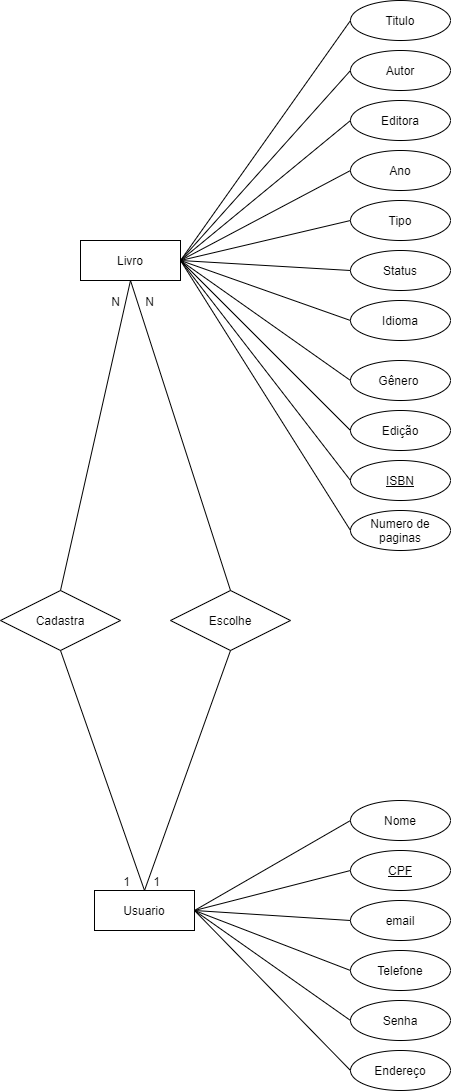
Earlier version of the draw.io export Artefatos/DER WEBOOK.png (RafaelDuarteP/webook). Source tidied: cells renumbered, new cells last; positions are measured from the earlier drawing's top-left corner, leaving out a move shared by most shapes.
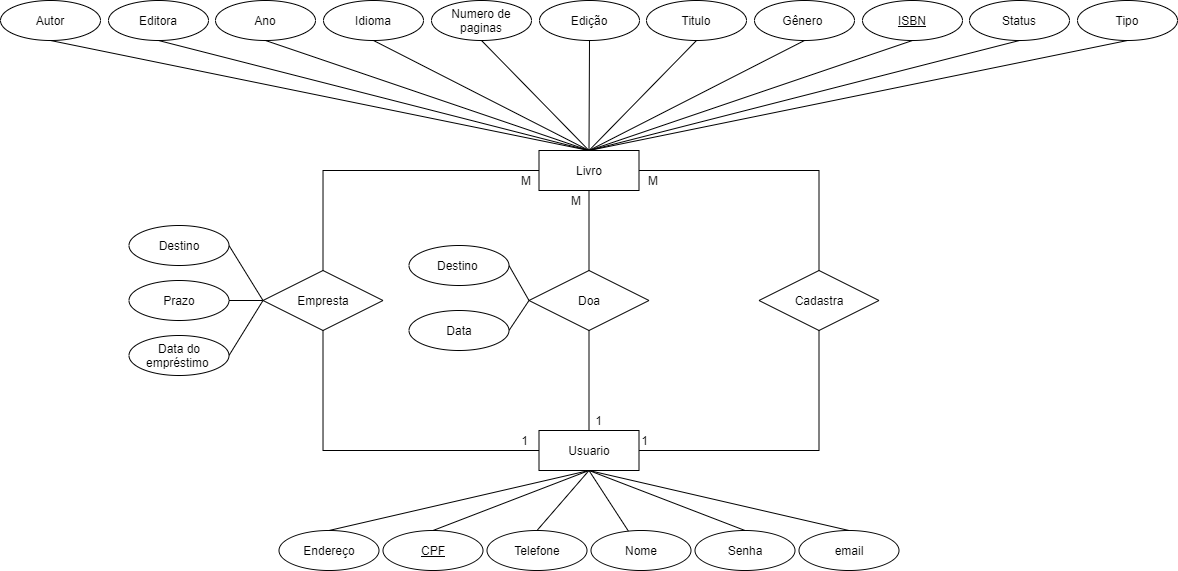
After the commit.

Diff of the diagram source:
```diff
@@ -3,152 +3,227 @@
     <mxCell id="0" />
     <mxCell id="1" parent="0" />
     <mxCell id="2" value="Livro" style="whiteSpace=wrap;html=1;align=center;" parent="1" vertex="1">
-      <mxGeometry x="80" y="240" width="100" height="40" as="geometry" />
+      <mxGeometry x="-1271.5" y="160" width="100" height="40" as="geometry" />
     </mxCell>
     <mxCell id="3" value="Usuario" style="whiteSpace=wrap;html=1;align=center;" parent="1" vertex="1">
-      <mxGeometry x="94" y="890" width="100" height="40" as="geometry" />
+      <mxGeometry x="-1271.5" y="440" width="100" height="40" as="geometry" />
     </mxCell>
     <mxCell id="4" value="Titulo" style="ellipse;whiteSpace=wrap;html=1;align=center;" parent="1" vertex="1">
-      <mxGeometry x="350" width="100" height="40" as="geometry" />
+      <mxGeometry x="-1164" y="10" width="100" height="40" as="geometry" />
     </mxCell>
     <mxCell id="5" value="Autor" style="ellipse;whiteSpace=wrap;html=1;align=center;" parent="1" vertex="1">
-      <mxGeometry x="350" y="50" width="100" height="40" as="geometry" />
+      <mxGeometry x="-1810" y="10" width="100" height="40" as="geometry" />
     </mxCell>
     <mxCell id="6" value="Editora" style="ellipse;whiteSpace=wrap;html=1;align=center;" parent="1" vertex="1">
-      <mxGeometry x="350" y="100" width="100" height="40" as="geometry" />
+      <mxGeometry x="-1702" y="10" width="100" height="40" as="geometry" />
     </mxCell>
     <mxCell id="7" value="Ano" style="ellipse;whiteSpace=wrap;html=1;align=center;" parent="1" vertex="1">
-      <mxGeometry x="350" y="150" width="100" height="40" as="geometry" />
+      <mxGeometry x="-1595" y="10" width="100" height="40" as="geometry" />
     </mxCell>
     <mxCell id="8" value="Tipo" style="ellipse;whiteSpace=wrap;html=1;align=center;" parent="1" vertex="1">
-      <mxGeometry x="350" y="200" width="100" height="40" as="geometry" />
+      <mxGeometry x="-733" y="10" width="100" height="40" as="geometry" />
     </mxCell>
-    <mxCell id="9" style="endArrow=none;html=1;exitX=1;exitY=0.5;exitDx=0;exitDy=0;entryX=0;entryY=0.5;entryDx=0;entryDy=0;" parent="1" edge="1" source="2" target="8">
+    <mxCell id="9" style="endArrow=none;html=1;entryX=0.5;entryY=1;entryDx=0;entryDy=0;exitX=0.5;exitY=0;exitDx=0;exitDy=0;" parent="1" edge="1" source="2" target="8">
       <mxGeometry relative="1" as="geometry" />
     </mxCell>
-    <mxCell id="10" style="endArrow=none;html=1;exitX=1;exitY=0.5;exitDx=0;exitDy=0;entryX=0;entryY=0.5;entryDx=0;entryDy=0;" parent="1" edge="1" source="2" target="7">
+    <mxCell id="10" style="endArrow=none;html=1;exitX=0.5;exitY=0;exitDx=0;exitDy=0;entryX=0.5;entryY=1;entryDx=0;entryDy=0;" parent="1" edge="1" source="2" target="7">
       <mxGeometry relative="1" as="geometry" />
     </mxCell>
-    <mxCell id="11" style="endArrow=none;html=1;exitX=1;exitY=0.5;exitDx=0;exitDy=0;entryX=0;entryY=0.5;entryDx=0;entryDy=0;" parent="1" edge="1" source="2" target="6">
+    <mxCell id="11" style="endArrow=none;html=1;exitX=0.5;exitY=0;exitDx=0;exitDy=0;entryX=0.5;entryY=1;entryDx=0;entryDy=0;" parent="1" edge="1" source="2" target="6">
       <mxGeometry relative="1" as="geometry" />
     </mxCell>
-    <mxCell id="12" style="endArrow=none;html=1;exitX=1;exitY=0.5;exitDx=0;exitDy=0;entryX=0;entryY=0.5;entryDx=0;entryDy=0;" parent="1" edge="1" source="2" target="5">
-      <mxGeometry relative="1" as="geometry" />
+    <mxCell id="12" style="endArrow=none;html=1;entryX=0.5;entryY=1;entryDx=0;entryDy=0;" parent="1" edge="1" target="5">
+      <mxGeometry relative="1" as="geometry">
+        <mxPoint x="-1221.5" y="160" as="sourcePoint" />
+      </mxGeometry>
     </mxCell>
-    <mxCell id="13" style="endArrow=none;html=1;exitX=1;exitY=0.5;exitDx=0;exitDy=0;entryX=0;entryY=0.5;entryDx=0;entryDy=0;" parent="1" edge="1" source="2" target="4">
+    <mxCell id="13" style="endArrow=none;html=1;exitX=0.5;exitY=0;exitDx=0;exitDy=0;entryX=0.5;entryY=1;entryDx=0;entryDy=0;" parent="1" edge="1" source="2" target="4">
       <mxGeometry relative="1" as="geometry" />
     </mxCell>
     <mxCell id="14" value="Status" style="ellipse;whiteSpace=wrap;html=1;align=center;" parent="1" vertex="1">
-      <mxGeometry x="350" y="250" width="100" height="40" as="geometry" />
+      <mxGeometry x="-841" y="10" width="100" height="40" as="geometry" />
     </mxCell>
-    <mxCell id="15" style="endArrow=none;html=1;entryX=0;entryY=0.5;entryDx=0;entryDy=0;exitX=1;exitY=0.5;exitDx=0;exitDy=0;" parent="1" edge="1" source="2" target="14">
+    <mxCell id="15" style="endArrow=none;html=1;entryX=0.5;entryY=1;entryDx=0;entryDy=0;exitX=0.5;exitY=0;exitDx=0;exitDy=0;" parent="1" edge="1" source="2" target="14">
       <mxGeometry relative="1" as="geometry" />
     </mxCell>
-    <mxCell id="16" value="Nome" style="ellipse;whiteSpace=wrap;html=1;align=center;" parent="1" vertex="1">
-      <mxGeometry x="350" y="800" width="100" height="40" as="geometry" />
+    <mxCell id="16" value="Nome" style="ellipse;whiteSpace=wrap;html=1;align=center;flipH=1;flipV=1;" parent="1" vertex="1">
+      <mxGeometry x="-1219.5" y="540" width="100" height="40" as="geometry" />
     </mxCell>
-    <mxCell id="17" value="Endereço" style="ellipse;whiteSpace=wrap;html=1;align=center;" parent="1" vertex="1">
-      <mxGeometry x="350" y="1050" width="100" height="40" as="geometry" />
+    <mxCell id="17" value="Endereço" style="ellipse;whiteSpace=wrap;html=1;align=center;flipH=1;flipV=1;" parent="1" vertex="1">
+      <mxGeometry x="-1531.5" y="540" width="100" height="40" as="geometry" />
     </mxCell>
-    <mxCell id="18" value="CPF" style="ellipse;whiteSpace=wrap;html=1;align=center;fontStyle=4;" parent="1" vertex="1">
-      <mxGeometry x="350" y="850" width="100" height="40" as="geometry" />
+    <mxCell id="18" value="CPF" style="ellipse;whiteSpace=wrap;html=1;align=center;fontStyle=4;flipH=1;flipV=1;" parent="1" vertex="1">
+      <mxGeometry x="-1427.5" y="540" width="100" height="40" as="geometry" />
     </mxCell>
-    <mxCell id="19" value="Telefone" style="ellipse;whiteSpace=wrap;html=1;align=center;" parent="1" vertex="1">
-      <mxGeometry x="350" y="950" width="100" height="40" as="geometry" />
+    <mxCell id="19" value="Telefone" style="ellipse;whiteSpace=wrap;html=1;align=center;flipH=1;flipV=1;" parent="1" vertex="1">
+      <mxGeometry x="-1323.5" y="540" width="100" height="40" as="geometry" />
     </mxCell>
-    <mxCell id="20" value="Senha" style="ellipse;whiteSpace=wrap;html=1;align=center;" parent="1" vertex="1">
-      <mxGeometry x="350" y="1000" width="100" height="40" as="geometry" />
+    <mxCell id="20" value="Senha" style="ellipse;whiteSpace=wrap;html=1;align=center;flipH=1;flipV=1;" parent="1" vertex="1">
+      <mxGeometry x="-1115.5" y="540" width="100" height="40" as="geometry" />
     </mxCell>
-    <mxCell id="21" style="endArrow=none;html=1;entryX=0;entryY=0.5;entryDx=0;entryDy=0;exitX=1;exitY=0.5;exitDx=0;exitDy=0;" parent="1" edge="1" source="3" target="20">
+    <mxCell id="21" style="endArrow=none;html=1;entryX=0.5;entryY=0;entryDx=0;entryDy=0;exitX=0.5;exitY=1;exitDx=0;exitDy=0;" parent="1" edge="1" source="3" target="20">
       <mxGeometry relative="1" as="geometry" />
     </mxCell>
-    <mxCell id="22" style="endArrow=none;html=1;entryX=0;entryY=0.5;entryDx=0;entryDy=0;exitX=1;exitY=0.5;exitDx=0;exitDy=0;" parent="1" edge="1" source="3" target="16">
+    <mxCell id="22" style="endArrow=none;html=1;exitX=0.5;exitY=1;exitDx=0;exitDy=0;" parent="1" edge="1" source="3" target="16">
       <mxGeometry relative="1" as="geometry" />
     </mxCell>
-    <mxCell id="23" style="endArrow=none;html=1;entryX=0;entryY=0.5;entryDx=0;entryDy=0;exitX=1;exitY=0.5;exitDx=0;exitDy=0;" parent="1" edge="1" source="3" target="17">
+    <mxCell id="23" style="endArrow=none;html=1;entryX=0.5;entryY=0;entryDx=0;entryDy=0;exitX=0.5;exitY=1;exitDx=0;exitDy=0;" parent="1" edge="1" source="3" target="17">
       <mxGeometry relative="1" as="geometry" />
     </mxCell>
-    <mxCell id="24" style="endArrow=none;html=1;entryX=0;entryY=0.5;entryDx=0;entryDy=0;exitX=1;exitY=0.5;exitDx=0;exitDy=0;" parent="1" edge="1" source="3" target="19">
+    <mxCell id="24" style="endArrow=none;html=1;entryX=0.5;entryY=0;entryDx=0;entryDy=0;exitX=0.5;exitY=1;exitDx=0;exitDy=0;" parent="1" edge="1" source="3" target="19">
       <mxGeometry relative="1" as="geometry" />
     </mxCell>
-    <mxCell id="25" style="endArrow=none;html=1;entryX=0;entryY=0.5;entryDx=0;entryDy=0;exitX=1;exitY=0.5;exitDx=0;exitDy=0;" parent="1" edge="1" source="3" target="18">
+    <mxCell id="25" style="endArrow=none;html=1;entryX=0.5;entryY=0;entryDx=0;entryDy=0;exitX=0.5;exitY=1;exitDx=0;exitDy=0;" parent="1" edge="1" source="3" target="18">
       <mxGeometry relative="1" as="geometry" />
     </mxCell>
     <mxCell id="26" value="Idioma&lt;br&gt;" style="ellipse;whiteSpace=wrap;html=1;align=center;" parent="1" vertex="1">
-      <mxGeometry x="350" y="300" width="100" height="40" as="geometry" />
+      <mxGeometry x="-1487" y="10" width="100" height="40" as="geometry" />
     </mxCell>
     <mxCell id="27" value="Gênero&amp;nbsp;" style="ellipse;whiteSpace=wrap;html=1;align=center;" parent="1" vertex="1">
-      <mxGeometry x="350" y="360" width="100" height="40" as="geometry" />
+      <mxGeometry x="-1056" y="10" width="100" height="40" as="geometry" />
     </mxCell>
     <mxCell id="28" value="Edição" style="ellipse;whiteSpace=wrap;html=1;align=center;" parent="1" vertex="1">
-      <mxGeometry x="350" y="410" width="100" height="40" as="geometry" />
+      <mxGeometry x="-1271" y="10" width="100" height="40" as="geometry" />
     </mxCell>
     <mxCell id="29" value="ISBN" style="ellipse;whiteSpace=wrap;html=1;align=center;fontStyle=4;" parent="1" vertex="1">
-      <mxGeometry x="350" y="460" width="100" height="40" as="geometry" />
+      <mxGeometry x="-948" y="10" width="100" height="40" as="geometry" />
     </mxCell>
     <mxCell id="30" value="Numero de paginas" style="ellipse;whiteSpace=wrap;html=1;align=center;" parent="1" vertex="1">
-      <mxGeometry x="350" y="510" width="100" height="40" as="geometry" />
+      <mxGeometry x="-1379" y="10" width="100" height="40" as="geometry" />
     </mxCell>
-    <mxCell id="31" style="endArrow=none;html=1;entryX=0;entryY=0.5;entryDx=0;entryDy=0;exitX=1;exitY=0.5;exitDx=0;exitDy=0;" parent="1" edge="1" source="2" target="30">
-      <mxGeometry relative="1" as="geometry" />
+    <mxCell id="31" style="endArrow=none;html=1;entryX=0.5;entryY=1;entryDx=0;entryDy=0;" parent="1" edge="1" target="30">
+      <mxGeometry relative="1" as="geometry">
+        <mxPoint x="-1221.5" y="160" as="sourcePoint" />
+      </mxGeometry>
     </mxCell>
-    <mxCell id="32" style="endArrow=none;html=1;exitX=1;exitY=0.5;exitDx=0;exitDy=0;entryX=0;entryY=0.5;entryDx=0;entryDy=0;" parent="1" edge="1" source="2" target="29">
-      <mxGeometry relative="1" as="geometry" />
+    <mxCell id="32" style="endArrow=none;html=1;entryX=0.5;entryY=1;entryDx=0;entryDy=0;" parent="1" edge="1" target="29">
+      <mxGeometry relative="1" as="geometry">
+        <mxPoint x="-1221.5" y="160" as="sourcePoint" />
+      </mxGeometry>
     </mxCell>
-    <mxCell id="33" style="endArrow=none;html=1;entryX=0;entryY=0.5;entryDx=0;entryDy=0;exitX=1;exitY=0.5;exitDx=0;exitDy=0;" parent="1" edge="1" source="2" target="27">
+    <mxCell id="33" style="endArrow=none;html=1;entryX=0.5;entryY=1;entryDx=0;entryDy=0;exitX=0.5;exitY=0;exitDx=0;exitDy=0;" parent="1" edge="1" source="2" target="27">
       <mxGeometry relative="1" as="geometry" />
     </mxCell>
-    <mxCell id="34" style="endArrow=none;html=1;entryX=0;entryY=0.5;entryDx=0;entryDy=0;exitX=1;exitY=0.5;exitDx=0;exitDy=0;" parent="1" edge="1" source="2" target="28">
+    <mxCell id="34" style="endArrow=none;html=1;entryX=0.5;entryY=1;entryDx=0;entryDy=0;exitX=0.5;exitY=0;exitDx=0;exitDy=0;" parent="1" edge="1" source="2" target="28">
       <mxGeometry relative="1" as="geometry" />
     </mxCell>
-    <mxCell id="35" style="endArrow=none;html=1;exitX=1;exitY=0.5;exitDx=0;exitDy=0;entryX=0;entryY=0.5;entryDx=0;entryDy=0;" parent="1" edge="1" source="2" target="26">
-      <mxGeometry relative="1" as="geometry" />
+    <mxCell id="35" style="endArrow=none;html=1;entryX=0.5;entryY=1;entryDx=0;entryDy=0;" parent="1" edge="1" target="26">
+      <mxGeometry relative="1" as="geometry">
+        <mxPoint x="-1221.5" y="160" as="sourcePoint" />
+      </mxGeometry>
     </mxCell>
-    <mxCell id="36" value="Escolhe" style="shape=rhombus;perimeter=rhombusPerimeter;whiteSpace=wrap;html=1;align=center;" parent="1" vertex="1">
-      <mxGeometry x="170" y="590" width="120" height="60" as="geometry" />
-    </mxCell>
-    <mxCell id="37" style="endArrow=none;html=1;rounded=0;exitX=0.5;exitY=1;exitDx=0;exitDy=0;entryX=0.5;entryY=0;entryDx=0;entryDy=0;" parent="1" edge="1" source="36" target="3">
-      <mxGeometry relative="1" as="geometry" />
-    </mxCell>
-    <mxCell id="38" value="1" style="html=1;align=right;verticalAlign=bottom;" parent="37" vertex="1">
-      <mxGeometry x="1" relative="1" as="geometry">
-        <mxPoint x="16" as="offset" />
-      </mxGeometry>
-    </mxCell>
-    <mxCell id="39" style="endArrow=none;html=1;rounded=0;exitX=0.5;exitY=0;exitDx=0;exitDy=0;entryX=0.5;entryY=1;entryDx=0;entryDy=0;" parent="1" edge="1" source="36" target="2">
-      <mxGeometry relative="1" as="geometry" />
-    </mxCell>
-    <mxCell id="40" value="N" style="html=1;align=right;verticalAlign=bottom;" parent="39" vertex="1">
-      <mxGeometry x="1" relative="1" as="geometry">
-        <mxPoint x="24" y="30" as="offset" />
-      </mxGeometry>
-    </mxCell>
     <mxCell id="41" value="Cadastra" style="shape=rhombus;perimeter=rhombusPerimeter;whiteSpace=wrap;html=1;align=center;" parent="1" vertex="1">
-      <mxGeometry y="590" width="120" height="60" as="geometry" />
+      <mxGeometry x="-1051.5" y="280" width="120" height="60" as="geometry" />
     </mxCell>
-    <mxCell id="42" style="endArrow=none;html=1;rounded=0;exitX=0.5;exitY=0;exitDx=0;exitDy=0;entryX=0.5;entryY=1;entryDx=0;entryDy=0;" parent="1" edge="1" source="41" target="2">
-      <mxGeometry relative="1" as="geometry" />
+    <mxCell id="42" style="endArrow=none;html=1;rounded=0;exitX=0.5;exitY=0;exitDx=0;exitDy=0;entryX=1;entryY=0.5;entryDx=0;entryDy=0;" parent="1" edge="1" source="41" target="2">
+      <mxGeometry relative="1" as="geometry">
+        <Array as="points">
+          <mxPoint x="-991.5" y="180" />
+        </Array>
+      </mxGeometry>
     </mxCell>
-    <mxCell id="43" value="N" style="html=1;align=right;verticalAlign=bottom;" parent="42" vertex="1">
+    <mxCell id="43" value="M" style="html=1;align=right;verticalAlign=bottom;" parent="42" vertex="1">
       <mxGeometry x="1" relative="1" as="geometry">
-        <mxPoint x="-10" y="30" as="offset" />
+        <mxPoint x="20" y="20" as="offset" />
       </mxGeometry>
     </mxCell>
-    <mxCell id="44" style="endArrow=none;html=1;rounded=0;exitX=0.5;exitY=1;exitDx=0;exitDy=0;" parent="1" edge="1" source="41">
+    <mxCell id="44" style="endArrow=none;html=1;rounded=0;exitX=0.5;exitY=1;exitDx=0;exitDy=0;entryX=1;entryY=0.5;entryDx=0;entryDy=0;" parent="1" edge="1" source="41" target="3">
       <mxGeometry relative="1" as="geometry">
-        <mxPoint x="144" y="890" as="targetPoint" />
+        <Array as="points">
+          <mxPoint x="-991.5" y="460" />
+        </Array>
       </mxGeometry>
     </mxCell>
     <mxCell id="45" value="1" style="html=1;align=right;verticalAlign=bottom;" parent="44" vertex="1">
       <mxGeometry x="1" relative="1" as="geometry">
-        <mxPoint x="-14" as="offset" />
+        <mxPoint x="10" as="offset" />
       </mxGeometry>
     </mxCell>
+    <mxCell id="48" value="1" style="html=1;align=right;verticalAlign=bottom;" parent="44" vertex="1">
+      <mxGeometry x="1" relative="1" as="geometry">
+        <mxPoint x="-36" y="-20" as="offset" />
+      </mxGeometry>
+    </mxCell>
-    <mxCell id="46" value="email" style="ellipse;whiteSpace=wrap;html=1;align=center;" parent="1" vertex="1">
-      <mxGeometry x="350" y="900" width="100" height="40" as="geometry" />
+    <mxCell id="46" value="email" style="ellipse;whiteSpace=wrap;html=1;align=center;flipH=1;flipV=1;" parent="1" vertex="1">
+      <mxGeometry x="-1011.5" y="540" width="100" height="40" as="geometry" />
     </mxCell>
-    <mxCell id="47" style="endArrow=none;html=1;entryX=0;entryY=0.5;entryDx=0;entryDy=0;exitX=1;exitY=0.5;exitDx=0;exitDy=0;" parent="1" edge="1" source="3" target="46">
+    <mxCell id="47" style="endArrow=none;html=1;entryX=0.5;entryY=0;entryDx=0;entryDy=0;exitX=0.5;exitY=1;exitDx=0;exitDy=0;" parent="1" edge="1" source="3" target="46">
       <mxGeometry relative="1" as="geometry" />
     </mxCell>
+    <mxCell id="49" value="Data" style="ellipse;whiteSpace=wrap;html=1;align=center;" parent="1" vertex="1">
+      <mxGeometry x="-1401.5" y="320" width="100" height="40" as="geometry" />
+    </mxCell>
+    <mxCell id="50" value="Destino&amp;nbsp;" style="ellipse;whiteSpace=wrap;html=1;align=center;" parent="1" vertex="1">
+      <mxGeometry x="-1401.5" y="255" width="100" height="40" as="geometry" />
+    </mxCell>
+    <mxCell id="51" value="Data do empréstimo&amp;nbsp;" style="ellipse;whiteSpace=wrap;html=1;align=center;" parent="1" vertex="1">
+      <mxGeometry x="-1681.5" y="345" width="100" height="40" as="geometry" />
+    </mxCell>
+    <mxCell id="52" value="Prazo" style="ellipse;whiteSpace=wrap;html=1;align=center;" parent="1" vertex="1">
+      <mxGeometry x="-1681.5" y="290" width="100" height="40" as="geometry" />
+    </mxCell>
+    <mxCell id="53" value="Destino" style="ellipse;whiteSpace=wrap;html=1;align=center;" parent="1" vertex="1">
+      <mxGeometry x="-1681.5" y="235" width="100" height="40" as="geometry" />
+    </mxCell>
+    <mxCell id="54" style="endArrow=none;html=1;exitX=0;exitY=0.5;exitDx=0;exitDy=0;entryX=1;entryY=0.5;entryDx=0;entryDy=0;" parent="1" edge="1" source="65" target="49">
+      <mxGeometry relative="1" as="geometry" />
+    </mxCell>
+    <mxCell id="55" style="endArrow=none;html=1;entryX=1;entryY=0.5;entryDx=0;entryDy=0;exitX=0;exitY=0.5;exitDx=0;exitDy=0;" parent="1" edge="1" source="65" target="50">
+      <mxGeometry relative="1" as="geometry" />
+    </mxCell>
+    <mxCell id="56" style="endArrow=none;html=1;entryX=1;entryY=0.5;entryDx=0;entryDy=0;exitX=0;exitY=0.5;exitDx=0;exitDy=0;" parent="1" edge="1" source="59" target="52">
+      <mxGeometry relative="1" as="geometry" />
+    </mxCell>
+    <mxCell id="57" style="endArrow=none;html=1;entryX=1;entryY=0.5;entryDx=0;entryDy=0;exitX=0;exitY=0.5;exitDx=0;exitDy=0;" parent="1" edge="1" source="59" target="53">
+      <mxGeometry relative="1" as="geometry" />
+    </mxCell>
+    <mxCell id="58" style="endArrow=none;html=1;entryX=1;entryY=0.5;entryDx=0;entryDy=0;exitX=0;exitY=0.5;exitDx=0;exitDy=0;" parent="1" edge="1" source="59" target="51">
+      <mxGeometry relative="1" as="geometry" />
+    </mxCell>
+    <mxCell id="59" value="Empresta" style="shape=rhombus;perimeter=rhombusPerimeter;whiteSpace=wrap;html=1;align=center;" parent="1" vertex="1">
+      <mxGeometry x="-1547.5" y="280" width="120" height="60" as="geometry" />
+    </mxCell>
+    <mxCell id="60" style="endArrow=none;html=1;rounded=0;edgeStyle=orthogonalEdgeStyle;exitX=0.5;exitY=1;exitDx=0;exitDy=0;entryX=0;entryY=0.5;entryDx=0;entryDy=0;" parent="1" edge="1" source="59" target="3">
+      <mxGeometry relative="1" as="geometry">
+        <Array as="points">
+          <mxPoint x="-1487.5" y="460" />
+        </Array>
+      </mxGeometry>
+    </mxCell>
+    <mxCell id="61" value="1" style="html=1;align=right;verticalAlign=bottom;" parent="60" vertex="1">
+      <mxGeometry x="1" relative="1" as="geometry">
+        <mxPoint x="-10" as="offset" />
+      </mxGeometry>
+    </mxCell>
+    <mxCell id="62" style="endArrow=none;html=1;rounded=0;edgeStyle=orthogonalEdgeStyle;exitX=0;exitY=0.5;exitDx=0;exitDy=0;entryX=0.5;entryY=0;entryDx=0;entryDy=0;" parent="1" edge="1" source="2" target="59">
+      <mxGeometry relative="1" as="geometry">
+        <Array as="points">
+          <mxPoint x="-1487.5" y="180" />
+        </Array>
+      </mxGeometry>
+    </mxCell>
+    <mxCell id="63" value="M" style="html=1;align=left;verticalAlign=bottom;" parent="62" vertex="1">
+      <mxGeometry x="-1" relative="1" as="geometry">
+        <mxPoint x="-20" y="20" as="offset" />
+      </mxGeometry>
+    </mxCell>
+    <mxCell id="64" value="M" style="html=1;align=left;verticalAlign=bottom;" parent="62" vertex="1">
+      <mxGeometry x="-1" relative="1" as="geometry">
+        <mxPoint x="30" y="40" as="offset" />
+      </mxGeometry>
+    </mxCell>
+    <mxCell id="65" value="Doa" style="shape=rhombus;perimeter=rhombusPerimeter;whiteSpace=wrap;html=1;align=center;" parent="1" vertex="1">
+      <mxGeometry x="-1281.5" y="280" width="120" height="60" as="geometry" />
+    </mxCell>
+    <mxCell id="66" style="endArrow=none;html=1;rounded=0;edgeStyle=orthogonalEdgeStyle;exitX=0.5;exitY=0;exitDx=0;exitDy=0;entryX=0.5;entryY=1;entryDx=0;entryDy=0;" parent="1" edge="1" source="65" target="2">
+      <mxGeometry relative="1" as="geometry">
+        <Array as="points">
+          <mxPoint x="-1221.5" y="280" />
+        </Array>
+      </mxGeometry>
+    </mxCell>
+    <mxCell id="67" style="endArrow=none;html=1;rounded=0;edgeStyle=orthogonalEdgeStyle;exitX=0.5;exitY=1;exitDx=0;exitDy=0;entryX=0.5;entryY=0;entryDx=0;entryDy=0;" parent="1" edge="1" source="65" target="3">
+      <mxGeometry relative="1" as="geometry" />
+    </mxCell>
   </root>
 </mxGraphModel>
```
